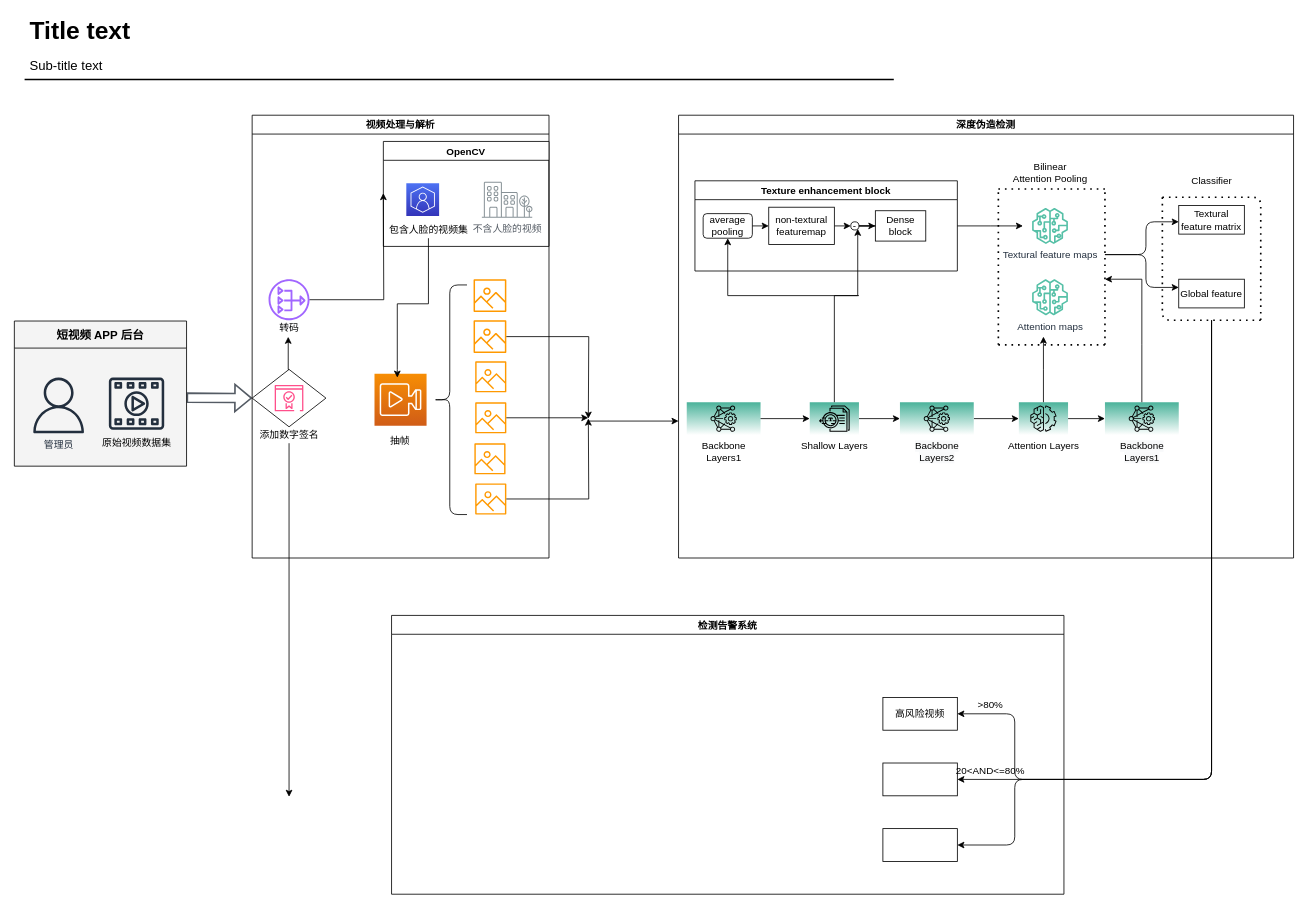
Before: Untitled Diagram.drawio in epc314/hello-world, a draw.io diagram. Source tidied: cells renumbered, new cells numbered last; positions are measured from the earlier drawing's top-left corner, leaving out a move shared by most shapes. Both pictures are drawn from the tidied source at 82%, with x=0, y=0 at pixel (14, 13).
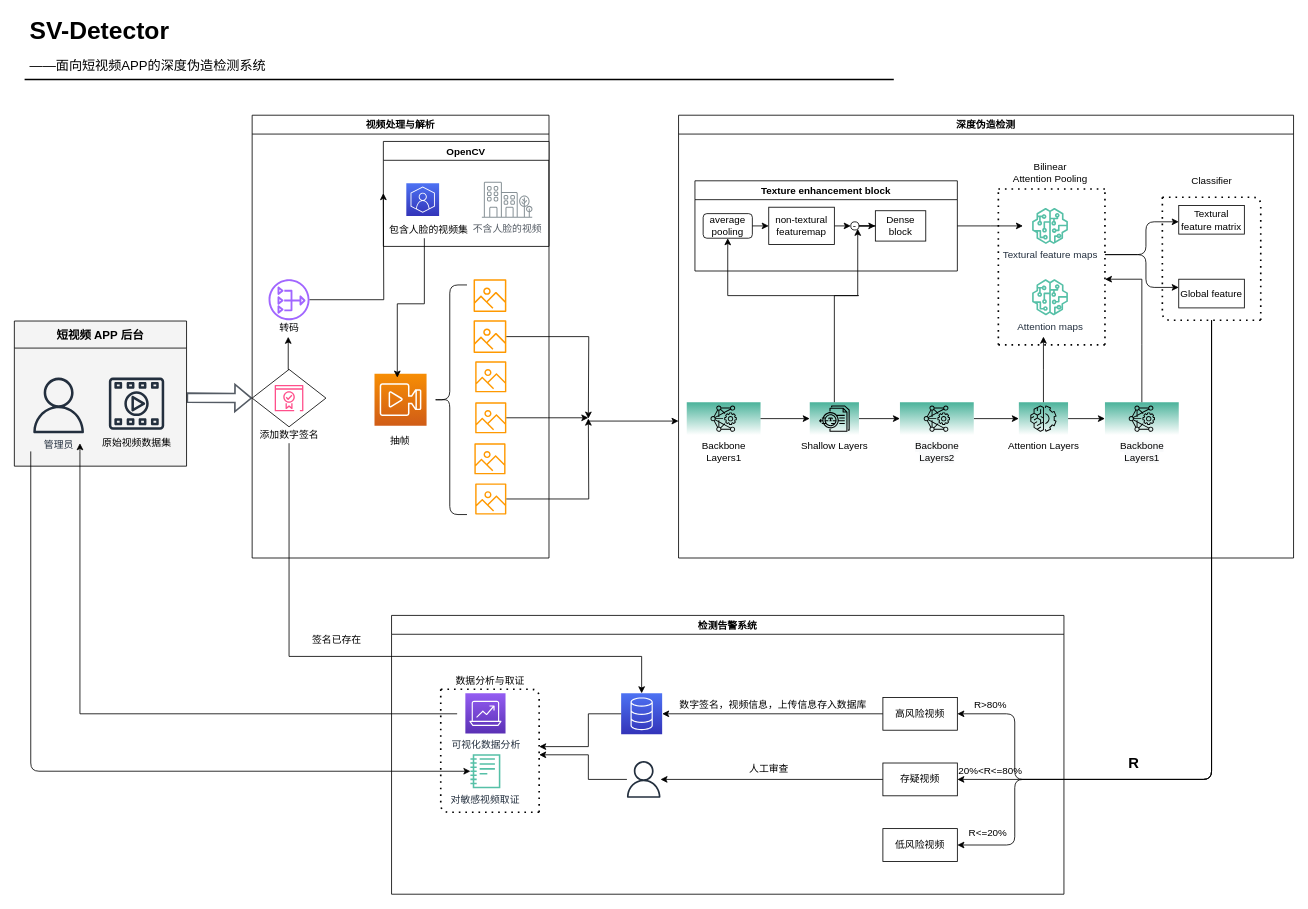
After the change.

Unchanged cells that the change refers to:
```xml
<mxCell id="6" value="短视频 APP 后台" style="swimlane;fontSize=14;align=center;swimlaneFillColor=#f4f4f4;fillColor=#f4f4f4;startSize=33;" parent="1" vertex="1">
  <mxGeometry y="375" width="210" height="177" as="geometry" />
</mxCell>
<mxCell id="10" value="视频处理与解析" style="swimlane;" parent="1" vertex="1">
  <mxGeometry x="290" y="124" width="362" height="540" as="geometry" />
</mxCell>
<mxCell id="12" value="添加数字签名" style="text;html=1;align=center;verticalAlign=middle;points=[];fillColor=none;strokeColor=none;rounded=0;" parent="10" vertex="1">
  <mxGeometry y="380" width="90" height="20" as="geometry" />
</mxCell>
<mxCell id="18" value="包含人脸的视频集" style="text;html=1;align=center;verticalAlign=middle;points=[];fillColor=none;strokeColor=none;rounded=0;" parent="17" vertex="1">
  <mxGeometry y="98" width="110" height="20" as="geometry" />
</mxCell>
<mxCell id="75" value="检测告警系统" style="swimlane;startSize=23;" parent="1" vertex="1">
  <mxGeometry x="460" y="734" width="820" height="340" as="geometry" />
</mxCell>
<mxCell id="76" value="高风险视频" style="rounded=0;whiteSpace=wrap;html=1;" parent="75" vertex="1">
  <mxGeometry x="599.2" y="100" width="90.8" height="40" as="geometry" />
</mxCell>
```

Change to the diagram source:
```diff
@@
-    <mxCell id="3" value="Title text&lt;br&gt;" style="text;html=1;align=left;verticalAlign=top;spacingTop=-4;fontSize=30;fontStyle=1;labelBackgroundColor=none;" parent="1" vertex="1">
-      <mxGeometry x="16.5" y="0.5" width="130" height="40" as="geometry" />
+    <mxCell id="3" value="SV-Detector" style="text;html=1;align=left;verticalAlign=top;spacingTop=-4;fontSize=30;fontStyle=1;labelBackgroundColor=none;" parent="1" vertex="1">
+      <mxGeometry x="16.5" y="0.5" width="190" height="40" as="geometry" />
     </mxCell>
-    <mxCell id="4" value="Sub-title text&lt;br style=&quot;font-size: 16px&quot;&gt;" style="text;html=1;align=left;verticalAlign=top;spacingTop=-4;fontSize=16;labelBackgroundColor=none;" parent="1" vertex="1">
-      <mxGeometry x="16.5" y="50.5" width="100" height="20" as="geometry" />
+    <mxCell id="4" value="——面向短视频APP的深度伪造检测系统" style="text;html=1;align=left;verticalAlign=top;spacingTop=-4;fontSize=16;labelBackgroundColor=none;" parent="1" vertex="1">
+      <mxGeometry x="16.5" y="50.5" width="300" height="20" as="geometry" />
     </mxCell>
@@
+    <mxCell id="83" style="endArrow=classic;html=1;" parent="6" edge="1" target="92">
+      <mxGeometry relative="1" as="geometry">
+        <mxPoint x="20" y="159" as="sourcePoint" />
+        <Array as="points">
+          <mxPoint x="20" y="549" />
+        </Array>
+      </mxGeometry>
+    </mxCell>
@@
     <mxCell id="22" style="edgeStyle=orthogonalEdgeStyle;rounded=0;jettySize=auto;html=1;" parent="10" edge="1" source="18">
       <mxGeometry relative="1" as="geometry">
         <mxPoint x="177" y="320" as="targetPoint" />
         <Array as="points">
-          <mxPoint x="215" y="230" />
+          <mxPoint x="210" y="230" />
           <mxPoint x="177" y="230" />
-          <mxPoint x="177" y="310" />
         </Array>
       </mxGeometry>
     </mxCell>
@@
-    <mxCell id="31" style="edgeStyle=orthogonalEdgeStyle;rounded=0;jettySize=auto;html=1;" parent="1" edge="1" source="12">
+    <mxCell id="31" style="edgeStyle=orthogonalEdgeStyle;rounded=0;jettySize=auto;html=1;entryX=0.5;entryY=0;entryDx=0;entryDy=0;entryPerimeter=0;" parent="1" edge="1" source="12" target="87">
       <mxGeometry relative="1" as="geometry">
-        <mxPoint x="335" y="955.2" as="targetPoint" />
+        <Array as="points">
+          <mxPoint x="335" y="784" />
+          <mxPoint x="765" y="784" />
+        </Array>
       </mxGeometry>
     </mxCell>
@@
+    <mxCell id="84" style="edgeStyle=orthogonalEdgeStyle;rounded=0;jettySize=auto;html=1;entryX=1;entryY=0.5;entryDx=0;entryDy=0;entryPerimeter=0;" parent="75" edge="1" source="76" target="87">
+      <mxGeometry relative="1" as="geometry" />
+    </mxCell>
@@
+    <mxCell id="85" style="edgeStyle=orthogonalEdgeStyle;rounded=0;jettySize=auto;html=1;" parent="75" edge="1" source="77" target="89">
+      <mxGeometry relative="1" as="geometry" />
+    </mxCell>
-    <mxCell id="77" style="rounded=0;whiteSpace=wrap;html=1;" parent="75" vertex="1">
+    <mxCell id="77" value="存疑视频" style="rounded=0;whiteSpace=wrap;html=1;" parent="75" vertex="1">
       <mxGeometry x="599.2" y="180" width="90.8" height="40" as="geometry" />
     </mxCell>
-    <mxCell id="78" style="rounded=0;whiteSpace=wrap;html=1;" parent="75" vertex="1">
+    <mxCell id="78" value="低风险视频" style="rounded=0;whiteSpace=wrap;html=1;" parent="75" vertex="1">
       <mxGeometry x="599.2" y="260" width="90.8" height="40" as="geometry" />
     </mxCell>
-    <mxCell id="79" value="&amp;gt;80%" style="text;html=1;align=center;verticalAlign=middle;fillColor=none;strokeColor=none;rounded=0;" parent="75" vertex="1">
-      <mxGeometry x="705" y="100" width="50" height="20" as="geometry" />
+    <mxCell id="79" value="R&amp;gt;80%" style="text;html=1;align=center;verticalAlign=middle;fillColor=none;strokeColor=none;rounded=0;" parent="75" vertex="1">
+      <mxGeometry x="700" y="100" width="60" height="20" as="geometry" />
     </mxCell>
-    <mxCell id="80" value="20&amp;lt;AND&amp;lt;=80%" style="text;html=1;align=center;verticalAlign=middle;fillColor=none;strokeColor=none;rounded=0;" parent="75" vertex="1">
-      <mxGeometry x="680" y="180" width="100" height="20" as="geometry" />
+    <mxCell id="80" value="20%&amp;lt;R&amp;lt;=80%" style="text;html=1;align=center;verticalAlign=middle;fillColor=none;strokeColor=none;rounded=0;" parent="75" vertex="1">
+      <mxGeometry x="685" y="180" width="90" height="20" as="geometry" />
     </mxCell>
+    <mxCell id="86" value="R&amp;lt;=20%" style="text;html=1;align=center;verticalAlign=middle;fillColor=none;strokeColor=none;rounded=0;" parent="75" vertex="1">
+      <mxGeometry x="697" y="256" width="60" height="20" as="geometry" />
+    </mxCell>
+    <mxCell id="87" style="sketch=0;points=[[0,0,0],[0.25,0,0],[0.5,0,0],[0.75,0,0],[1,0,0],[0,1,0],[0.25,1,0],[0.5,1,0],[0.75,1,0],[1,1,0],[0,0.25,0],[0,0.5,0],[0,0.75,0],[1,0.25,0],[1,0.5,0],[1,0.75,0]];outlineConnect=0;fontColor=#232F3E;gradientColor=#4D72F3;gradientDirection=north;fillColor=#3334B9;strokeColor=#ffffff;dashed=0;verticalLabelPosition=bottom;verticalAlign=top;align=center;html=1;fontSize=12;fontStyle=0;shape=mxgraph.aws4.resourceIcon;resIcon=mxgraph.aws4.database;" parent="75" vertex="1">
+      <mxGeometry x="280" y="95" width="50" height="50" as="geometry" />
+    </mxCell>
+    <mxCell id="88" value="数字签名，视频信息，上传信息存入数据库" style="text;html=1;align=center;verticalAlign=middle;fillColor=none;strokeColor=none;rounded=0;" parent="75" vertex="1">
+      <mxGeometry x="345" y="100" width="240" height="20" as="geometry" />
+    </mxCell>
+    <mxCell id="89" style="sketch=0;outlineConnect=0;fontColor=#232F3E;gradientColor=none;fillColor=#232F3E;strokeColor=none;dashed=0;verticalLabelPosition=bottom;verticalAlign=top;align=center;html=1;fontSize=12;fontStyle=0;shape=mxgraph.aws4.user;" parent="75" vertex="1">
+      <mxGeometry x="285" y="177.5" width="45" height="45" as="geometry" />
+    </mxCell>
+    <mxCell id="90" value="人工审查" style="text;html=1;align=center;verticalAlign=middle;fillColor=none;strokeColor=none;rounded=0;" parent="75" vertex="1">
+      <mxGeometry x="430" y="177.5" width="60" height="20" as="geometry" />
+    </mxCell>
+    <mxCell id="91" value="可视化数据分析" style="sketch=0;fontColor=#232F3E;gradientColor=#945DF2;gradientDirection=north;fillColor=#5A30B5;strokeColor=#ffffff;dashed=0;verticalLabelPosition=bottom;verticalAlign=top;align=center;html=1;fontSize=12;fontStyle=0;shape=mxgraph.aws4.resourceIcon;resIcon=mxgraph.aws4.analytics;" parent="75" vertex="1">
+      <mxGeometry x="90" y="95" width="49" height="49" as="geometry" />
+    </mxCell>
+    <mxCell id="92" value="对敏感视频取证" style="sketch=0;outlineConnect=0;fontColor=#232F3E;gradientColor=none;fillColor=#56C0A7;strokeColor=none;dashed=0;verticalLabelPosition=bottom;verticalAlign=top;align=center;html=1;fontSize=12;fontStyle=0;shape=mxgraph.aws4.sagemaker_notebook;" parent="75" vertex="1">
+      <mxGeometry x="96.2" y="169.1" width="36.5" height="41.9" as="geometry" />
+    </mxCell>
+    <mxCell id="93" style="endArrow=none;dashed=1;html=1;dashPattern=1 3;strokeWidth=2;" parent="75" edge="1">
+      <mxGeometry relative="1" as="geometry">
+        <mxPoint x="180" y="240" as="sourcePoint" />
+        <mxPoint x="60" y="90" as="targetPoint" />
+        <Array as="points">
+          <mxPoint x="60" y="240" />
+        </Array>
+      </mxGeometry>
+    </mxCell>
+    <mxCell id="94" value="数据分析与取证" style="text;html=1;align=center;verticalAlign=middle;fillColor=none;strokeColor=none;rounded=0;" parent="75" vertex="1">
+      <mxGeometry x="70" y="70" width="100" height="20" as="geometry" />
+    </mxCell>
@@
+    <mxCell id="95" value="&lt;b&gt;&lt;font style=&quot;font-size: 18px&quot;&gt;R&lt;/font&gt;&lt;/b&gt;" style="text;html=1;align=center;verticalAlign=middle;fillColor=none;strokeColor=none;rounded=0;" parent="1" vertex="1">
+      <mxGeometry x="1350" y="904" width="30" height="20" as="geometry" />
+    </mxCell>
+    <mxCell id="96" style="endArrow=none;dashed=1;html=1;dashPattern=1 3;strokeWidth=2;" parent="1" edge="1">
+      <mxGeometry relative="1" as="geometry">
+        <mxPoint x="640" y="974" as="sourcePoint" />
+        <mxPoint x="520" y="824" as="targetPoint" />
+        <Array as="points">
+          <mxPoint x="640" y="824" />
+        </Array>
+      </mxGeometry>
+    </mxCell>
+    <mxCell id="97" style="edgeStyle=orthogonalEdgeStyle;rounded=0;jettySize=auto;html=1;" parent="1" edge="1" source="87">
+      <mxGeometry relative="1" as="geometry">
+        <mxPoint x="640" y="894" as="targetPoint" />
+        <Array as="points">
+          <mxPoint x="700" y="854" />
+          <mxPoint x="700" y="894" />
+        </Array>
+      </mxGeometry>
+    </mxCell>
+    <mxCell id="98" style="edgeStyle=orthogonalEdgeStyle;rounded=0;jettySize=auto;html=1;" parent="1" edge="1" source="89">
+      <mxGeometry relative="1" as="geometry">
+        <mxPoint x="640" y="904" as="targetPoint" />
+        <Array as="points">
+          <mxPoint x="700" y="934" />
+          <mxPoint x="700" y="904" />
+        </Array>
+      </mxGeometry>
+    </mxCell>
+    <mxCell id="99" value="签名已存在" style="text;html=1;align=center;verticalAlign=middle;fillColor=none;strokeColor=none;rounded=0;" parent="1" vertex="1">
+      <mxGeometry x="352.5" y="754" width="80" height="20" as="geometry" />
+    </mxCell>
+    <mxCell id="100" style="edgeStyle=orthogonalEdgeStyle;rounded=0;orthogonalLoop=1;jettySize=auto;html=1;" parent="1" edge="1">
+      <mxGeometry relative="1" as="geometry">
+        <mxPoint x="540" y="854" as="sourcePoint" />
+        <mxPoint x="80" y="524" as="targetPoint" />
+        <Array as="points">
+          <mxPoint x="80" y="854" />
+          <mxPoint x="80" y="534" />
+        </Array>
+      </mxGeometry>
+    </mxCell>
```
